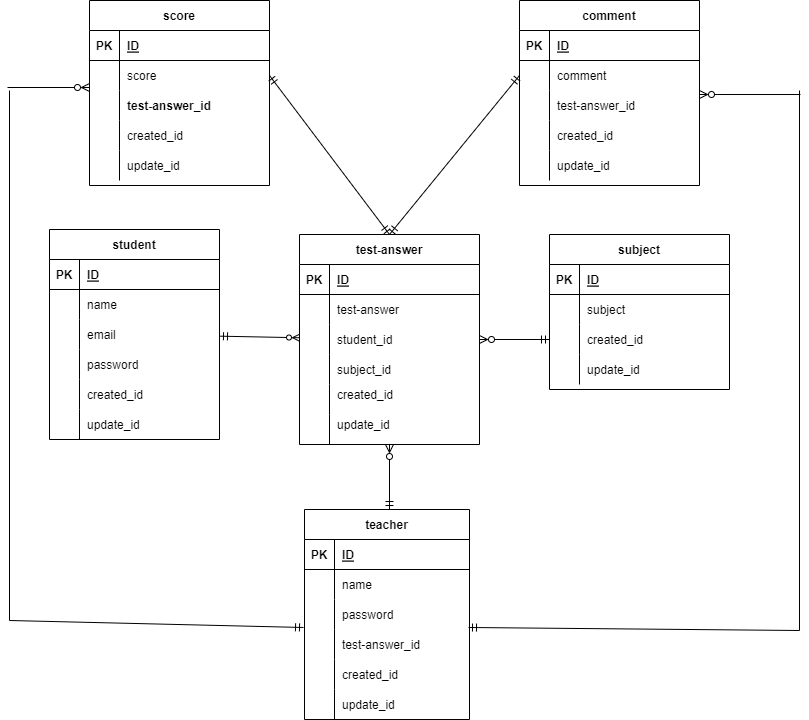
kazuyukiluck/20221204kadai keeps this draw.io diagram as 20221204_オダ.drawio.png. Above is the earlier version. Source tidied: cells renumbered, new cells last; positions are measured from the earlier drawing's top-left corner, leaving out a move shared by most shapes.
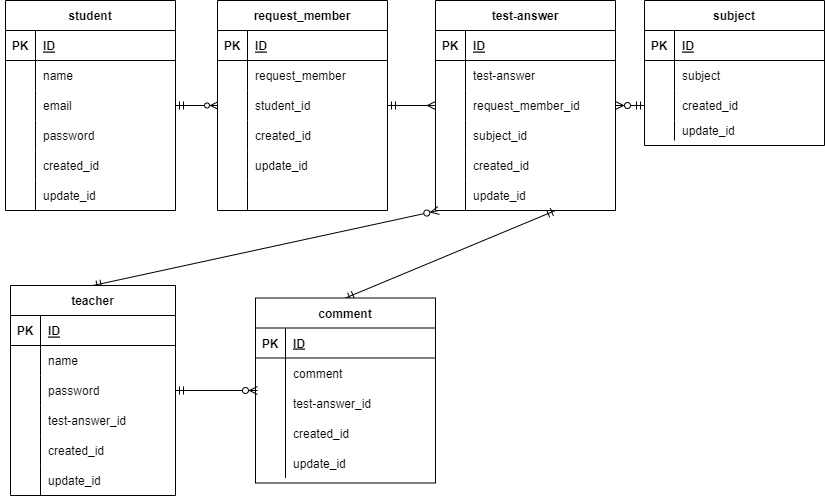
Above is the later version.

Diff of the diagram source:
```diff
@@ -2,11 +2,11 @@
   <root>
     <mxCell id="0" />
     <mxCell id="1" parent="0" />
-    <mxCell id="2" style="html=1;startArrow=ERmandOne;startFill=0;endArrow=ERzeroToMany;endFill=0;endSize=5;" parent="1" edge="1" source="3" target="24">
+    <mxCell id="2" style="html=1;startArrow=ERmandOne;startFill=0;endArrow=ERzeroToMany;endFill=0;endSize=5;entryX=0;entryY=0.5;entryDx=0;entryDy=0;" parent="1" edge="1" source="3" target="127">
       <mxGeometry relative="1" as="geometry" />
     </mxCell>
     <mxCell id="3" value="student" style="shape=table;startSize=30;rowLines=0;fontStyle=1;align=center;" parent="1" vertex="1">
-      <mxGeometry x="42" y="229" width="170" height="210" as="geometry" />
+      <mxGeometry x="-10" y="210" width="170" height="210" as="geometry" />
     </mxCell>
     <mxCell id="4" style="shape=partialRectangle;fillColor=none;top=0;left=0;bottom=1;right=0;" parent="3" vertex="1">
       <mxGeometry y="30" width="170" height="30" as="geometry" />
@@ -62,14 +62,8 @@
     <mxCell id="21" style="shape=partialRectangle;fillColor=none;top=0;left=0;bottom=0;right=0;align=left;spacingLeft=6;overflow=hidden;" parent="19" vertex="1">
       <mxGeometry x="30" width="140" height="30" as="geometry" />
     </mxCell>
-    <mxCell id="22" style="edgeStyle=none;html=1;startArrow=ERmandOne;startFill=0;endArrow=ERmandOne;endFill=0;endSize=6;strokeWidth=1;entryX=1;entryY=0.5;entryDx=0;entryDy=0;exitX=0.5;exitY=0;exitDx=0;exitDy=0;" parent="1" edge="1" source="24" target="101">
-      <mxGeometry relative="1" as="geometry" />
-    </mxCell>
-    <mxCell id="23" style="edgeStyle=none;html=1;entryX=0;entryY=0.5;entryDx=0;entryDy=0;startArrow=ERmandOne;startFill=0;endArrow=ERmandOne;endFill=0;endSize=6;strokeWidth=1;exitX=0.5;exitY=0;exitDx=0;exitDy=0;" parent="1" edge="1" source="24" target="85">
-      <mxGeometry relative="1" as="geometry" />
-    </mxCell>
     <mxCell id="24" value="test-answer" style="shape=table;startSize=30;rowLines=0;fontStyle=1;align=center;labelBorderColor=none;" parent="1" vertex="1">
-      <mxGeometry x="292" y="234" width="180" height="210" as="geometry" />
+      <mxGeometry x="420" y="210" width="180" height="210" as="geometry" />
     </mxCell>
     <mxCell id="25" style="shape=partialRectangle;fillColor=none;top=0;left=0;bottom=1;right=0;" parent="24" vertex="1">
       <mxGeometry y="30" width="180" height="30" as="geometry" />
@@ -95,7 +89,7 @@
     <mxCell id="32" style="shape=partialRectangle;fillColor=none;top=0;left=0;bottom=0;right=0;overflow=hidden;" parent="31" vertex="1">
       <mxGeometry width="30" height="30" as="geometry" />
     </mxCell>
-    <mxCell id="33" value="student_id" style="shape=partialRectangle;fillColor=none;top=0;left=0;bottom=0;right=0;align=left;spacingLeft=6;overflow=hidden;" parent="31" vertex="1">
+    <mxCell id="33" value="request_member_id" style="shape=partialRectangle;fillColor=none;top=0;left=0;bottom=0;right=0;align=left;spacingLeft=6;overflow=hidden;" parent="31" vertex="1">
       <mxGeometry x="30" width="150" height="30" as="geometry" />
     </mxCell>
     <mxCell id="34" style="shape=partialRectangle;fillColor=none;top=0;left=0;bottom=0;right=0;" parent="24" vertex="1">
@@ -126,7 +120,7 @@
       <mxGeometry x="30" width="150" height="30" as="geometry" />
     </mxCell>
     <mxCell id="43" value="subject" style="shape=table;startSize=30;rowLines=0;fontStyle=1;align=center;" parent="1" vertex="1">
-      <mxGeometry x="542" y="234" width="180" height="155" as="geometry" />
+      <mxGeometry x="629" y="210" width="180" height="145" as="geometry" />
     </mxCell>
     <mxCell id="44" style="shape=partialRectangle;fillColor=none;top=0;left=0;bottom=1;right=0;" parent="43" vertex="1">
       <mxGeometry y="30" width="180" height="30" as="geometry" />
@@ -156,36 +150,34 @@
       <mxGeometry x="30" width="150" height="30" as="geometry" />
     </mxCell>
     <mxCell id="53" style="shape=partialRectangle;fillColor=none;top=0;left=0;bottom=0;right=0;" parent="43" vertex="1">
-      <mxGeometry y="120" width="180" height="30" as="geometry" />
+      <mxGeometry y="120" width="180" height="20" as="geometry" />
     </mxCell>
     <mxCell id="54" style="shape=partialRectangle;fillColor=none;top=0;left=0;bottom=0;right=0;overflow=hidden;" parent="53" vertex="1">
-      <mxGeometry width="30" height="30" as="geometry" />
+      <mxGeometry width="30" height="20" as="geometry" />
     </mxCell>
     <mxCell id="55" value="update_id" style="shape=partialRectangle;fillColor=none;top=0;left=0;bottom=0;right=0;align=left;spacingLeft=6;overflow=hidden;" parent="53" vertex="1">
-      <mxGeometry x="30" width="150" height="30" as="geometry" />
+      <mxGeometry x="30" width="150" height="20" as="geometry" />
     </mxCell>
     <mxCell id="56" style="edgeStyle=none;html=1;startArrow=ERmandOne;startFill=0;endArrow=ERzeroToMany;endFill=0;endSize=6;strokeWidth=1;entryX=1;entryY=0.5;entryDx=0;entryDy=0;" parent="1" edge="1" source="50" target="31">
       <mxGeometry relative="1" as="geometry" />
     </mxCell>
     <mxCell id="57" value="created_id" style="shape=partialRectangle;fillColor=none;top=0;left=0;bottom=0;right=0;align=left;spacingLeft=6;overflow=hidden;" parent="1" vertex="1">
-      <mxGeometry x="72" y="379" width="150" height="30" as="geometry" />
+      <mxGeometry x="20" y="360" width="150" height="30" as="geometry" />
     </mxCell>
     <mxCell id="58" value="update_id" style="shape=partialRectangle;fillColor=none;top=0;left=0;bottom=0;right=0;align=left;spacingLeft=6;overflow=hidden;" parent="1" vertex="1">
-      <mxGeometry x="72" y="409" width="150" height="30" as="geometry" />
+      <mxGeometry x="20" y="390" width="150" height="30" as="geometry" />
     </mxCell>
     <mxCell id="59" value="created_id" style="shape=partialRectangle;fillColor=none;top=0;left=0;bottom=0;right=0;align=left;spacingLeft=6;overflow=hidden;" parent="1" vertex="1">
-      <mxGeometry x="322" y="379" width="150" height="30" as="geometry" />
+      <mxGeometry x="450" y="360" width="150" height="30" as="geometry" />
     </mxCell>
     <mxCell id="60" value="update_id" style="shape=partialRectangle;fillColor=none;top=0;left=0;bottom=0;right=0;align=left;spacingLeft=6;overflow=hidden;" parent="1" vertex="1">
-      <mxGeometry x="322" y="409" width="150" height="30" as="geometry" />
+      <mxGeometry x="450" y="390" width="150" height="30" as="geometry" />
     </mxCell>
-    <mxCell id="61" style="edgeStyle=none;html=1;entryX=0.5;entryY=1;entryDx=0;entryDy=0;startArrow=ERmandOne;startFill=0;endArrow=ERzeroToMany;endFill=0;endSize=6;strokeWidth=1;" parent="1" edge="1" target="24">
-      <mxGeometry relative="1" as="geometry">
-        <mxPoint x="382" y="509" as="sourcePoint" />
-      </mxGeometry>
+    <mxCell id="61" style="edgeStyle=none;html=1;entryX=0.017;entryY=1;entryDx=0;entryDy=0;startArrow=ERmandOne;startFill=0;endArrow=ERzeroToMany;endFill=0;endSize=6;strokeWidth=1;exitX=0.5;exitY=0;exitDx=0;exitDy=0;entryPerimeter=0;" parent="1" edge="1" source="62" target="40">
+      <mxGeometry relative="1" as="geometry" />
     </mxCell>
     <mxCell id="62" value="teacher" style="shape=table;startSize=30;rowLines=0;fontStyle=1;align=center;" parent="1" vertex="1">
-      <mxGeometry x="297" y="509" width="165" height="210" as="geometry" />
+      <mxGeometry x="-5" y="495" width="165" height="210" as="geometry" />
     </mxCell>
     <mxCell id="63" style="shape=partialRectangle;fillColor=none;top=0;left=0;bottom=1;right=0;" parent="62" vertex="1">
       <mxGeometry y="30" width="165" height="30" as="geometry" />
@@ -241,8 +233,13 @@
     <mxCell id="80" value="update_id" style="shape=partialRectangle;fillColor=none;top=0;left=0;bottom=0;right=0;align=left;spacingLeft=6;overflow=hidden;" parent="78" vertex="1">
       <mxGeometry x="30" width="135" height="30" as="geometry" />
     </mxCell>
+    <mxCell id="119" style="edgeStyle=none;html=1;endArrow=ERmandOne;endFill=0;startArrow=ERmandOne;startFill=0;exitX=0.5;exitY=0;exitDx=0;exitDy=0;" parent="1" edge="1" source="81">
+      <mxGeometry relative="1" as="geometry">
+        <mxPoint x="540" y="420" as="targetPoint" />
+      </mxGeometry>
+    </mxCell>
     <mxCell id="81" value="comment" style="shape=table;startSize=30;rowLines=0;fontStyle=1;align=center;" parent="1" vertex="1">
-      <mxGeometry x="512" width="180" height="185" as="geometry" />
+      <mxGeometry x="240" y="507.5" width="180" height="185" as="geometry" />
     </mxCell>
     <mxCell id="82" style="shape=partialRectangle;fillColor=none;top=0;left=0;bottom=1;right=0;" parent="81" vertex="1">
       <mxGeometry y="30" width="180" height="30" as="geometry" />
@@ -289,87 +286,68 @@
     <mxCell id="96" value="update_id" style="shape=partialRectangle;fillColor=none;top=0;left=0;bottom=0;right=0;align=left;spacingLeft=6;overflow=hidden;" parent="94" vertex="1">
       <mxGeometry x="30" width="150" height="30" as="geometry" />
     </mxCell>
-    <mxCell id="97" value="score" style="shape=table;startSize=30;rowLines=0;fontStyle=1;align=center;" parent="1" vertex="1">
-      <mxGeometry x="82" width="180" height="185" as="geometry" />
-    </mxCell>
-    <mxCell id="98" style="shape=partialRectangle;fillColor=none;top=0;left=0;bottom=1;right=0;" parent="97" vertex="1">
-      <mxGeometry y="30" width="180" height="30" as="geometry" />
-    </mxCell>
+    <mxCell id="120" style="edgeStyle=none;html=1;entryX=0.011;entryY=0.083;entryDx=0;entryDy=0;entryPerimeter=0;startArrow=ERmandOne;startFill=0;endArrow=ERzeroToMany;endFill=0;" parent="1" edge="1" source="69" target="88">
+      <mxGeometry relative="1" as="geometry" />
+    </mxCell>
+    <mxCell id="121" style="edgeStyle=none;html=1;entryX=0;entryY=0.5;entryDx=0;entryDy=0;startArrow=ERmandOne;startFill=0;endArrow=ERmany;endFill=0;" parent="1" edge="1" source="122" target="31">
+      <mxGeometry relative="1" as="geometry" />
+    </mxCell>
+    <mxCell id="122" value="request_member" style="shape=table;startSize=30;rowLines=0;fontStyle=1;align=center;" parent="1" vertex="1">
+      <mxGeometry x="202" y="210" width="170" height="210" as="geometry" />
+    </mxCell>
+    <mxCell id="123" style="shape=partialRectangle;fillColor=none;top=0;left=0;bottom=1;right=0;" parent="122" vertex="1">
+      <mxGeometry y="30" width="170" height="30" as="geometry" />
+    </mxCell>
-    <mxCell id="99" value="PK" style="shape=partialRectangle;fillColor=none;top=0;left=0;bottom=0;right=0;fontStyle=1;overflow=hidden;" parent="98" vertex="1">
+    <mxCell id="99" value="PK" style="shape=partialRectangle;fillColor=none;top=0;left=0;bottom=0;right=0;fontStyle=1;overflow=hidden;" parent="123" vertex="1">
       <mxGeometry width="30" height="30" as="geometry" />
     </mxCell>
-    <mxCell id="100" value="ID" style="shape=partialRectangle;fillColor=none;top=0;left=0;bottom=0;right=0;align=left;spacingLeft=6;fontStyle=5;overflow=hidden;" parent="98" vertex="1">
-      <mxGeometry x="30" width="150" height="30" as="geometry" />
+    <mxCell id="100" value="ID" style="shape=partialRectangle;fillColor=none;top=0;left=0;bottom=0;right=0;align=left;spacingLeft=6;fontStyle=5;overflow=hidden;" parent="123" vertex="1">
+      <mxGeometry x="30" width="140" height="30" as="geometry" />
     </mxCell>
-    <mxCell id="101" style="shape=partialRectangle;fillColor=none;top=0;left=0;bottom=0;right=0;points=[[0,0.5],[1,0.5]];portConstraint=eastwest;" parent="97" vertex="1">
-      <mxGeometry y="60" width="180" height="30" as="geometry" />
-    </mxCell>
-    <mxCell id="102" style="shape=partialRectangle;fillColor=none;top=0;left=0;bottom=0;right=0;overflow=hidden;" parent="101" vertex="1">
-      <mxGeometry width="30" height="30" as="geometry" />
-    </mxCell>
-    <mxCell id="103" value="score" style="shape=partialRectangle;fillColor=none;top=0;left=0;bottom=0;right=0;align=left;spacingLeft=6;overflow=hidden;" parent="101" vertex="1">
-      <mxGeometry x="30" width="150" height="30" as="geometry" />
-    </mxCell>
-    <mxCell id="104" style="shape=partialRectangle;fillColor=none;top=0;left=0;bottom=0;right=0;" parent="97" vertex="1">
-      <mxGeometry y="90" width="180" height="30" as="geometry" />
-    </mxCell>
-    <mxCell id="105" value="&#10;&#10;&lt;span style=&quot;color: rgb(240, 240, 240); font-family: helvetica; font-size: 12px; font-style: normal; font-weight: 400; letter-spacing: normal; text-align: left; text-indent: 0px; text-transform: none; word-spacing: 0px; background-color: rgb(42, 42, 42); display: inline; float: none;&quot;&gt;test-answer_id&lt;/span&gt;&#10;&#10;" style="shape=partialRectangle;fillColor=none;top=0;left=0;bottom=0;right=0;overflow=hidden;" parent="104" vertex="1">
-      <mxGeometry width="30" height="30" as="geometry" />
-    </mxCell>
-    <mxCell id="106" value="test-answer_id" style="shape=partialRectangle;fillColor=none;top=0;left=0;bottom=0;right=0;align=left;spacingLeft=6;overflow=hidden;fontStyle=1;" parent="104" vertex="1">
-      <mxGeometry x="30" width="150" height="30" as="geometry" />
-    </mxCell>
-    <mxCell id="107" style="shape=partialRectangle;fillColor=none;top=0;left=0;bottom=0;right=0;" parent="97" vertex="1">
-      <mxGeometry y="120" width="180" height="30" as="geometry" />
-    </mxCell>
-    <mxCell id="108" style="shape=partialRectangle;fillColor=none;top=0;left=0;bottom=0;right=0;overflow=hidden;" parent="107" vertex="1">
-      <mxGeometry width="30" height="30" as="geometry" />
-    </mxCell>
+    <mxCell id="124" style="shape=partialRectangle;fillColor=none;top=0;left=0;bottom=0;right=0;" parent="122" vertex="1">
+      <mxGeometry y="60" width="170" height="30" as="geometry" />
+    </mxCell>
+    <mxCell id="125" style="shape=partialRectangle;fillColor=none;top=0;left=0;bottom=0;right=0;overflow=hidden;" parent="124" vertex="1">
+      <mxGeometry width="30" height="30" as="geometry" />
+    </mxCell>
+    <mxCell id="126" value="request_member" style="shape=partialRectangle;fillColor=none;top=0;left=0;bottom=0;right=0;align=left;spacingLeft=6;overflow=hidden;" parent="124" vertex="1">
+      <mxGeometry x="30" width="140" height="30" as="geometry" />
+    </mxCell>
+    <mxCell id="127" style="shape=partialRectangle;fillColor=none;top=0;left=0;bottom=0;right=0;points=[[0,0.5],[1,0.5]];portConstraint=eastwest;" parent="122" vertex="1">
+      <mxGeometry y="90" width="170" height="30" as="geometry" />
+    </mxCell>
+    <mxCell id="128" style="shape=partialRectangle;fillColor=none;top=0;left=0;bottom=0;right=0;overflow=hidden;strokeWidth=10;" parent="127" vertex="1">
+      <mxGeometry width="30" height="30" as="geometry" />
+    </mxCell>
+    <mxCell id="129" value="student_id" style="shape=partialRectangle;fillColor=none;top=0;left=0;bottom=0;right=0;align=left;spacingLeft=6;overflow=hidden;" parent="127" vertex="1">
+      <mxGeometry x="30" width="140" height="30" as="geometry" />
+    </mxCell>
+    <mxCell id="130" style="shape=partialRectangle;fillColor=none;top=0;left=0;bottom=0;right=0;" parent="122" vertex="1">
+      <mxGeometry y="120" width="170" height="30" as="geometry" />
+    </mxCell>
+    <mxCell id="131" style="shape=partialRectangle;fillColor=none;top=0;left=0;bottom=0;right=0;overflow=hidden;" parent="130" vertex="1">
+      <mxGeometry width="30" height="30" as="geometry" />
+    </mxCell>
-    <mxCell id="109" value="created_id" style="shape=partialRectangle;fillColor=none;top=0;left=0;bottom=0;right=0;align=left;spacingLeft=6;overflow=hidden;" parent="107" vertex="1">
-      <mxGeometry x="30" width="150" height="30" as="geometry" />
+    <mxCell id="109" value="created_id" style="shape=partialRectangle;fillColor=none;top=0;left=0;bottom=0;right=0;align=left;spacingLeft=6;overflow=hidden;" parent="130" vertex="1">
+      <mxGeometry x="30" width="140" height="30" as="geometry" />
     </mxCell>
-    <mxCell id="110" style="shape=partialRectangle;fillColor=none;top=0;left=0;bottom=0;right=0;" parent="97" vertex="1">
-      <mxGeometry y="150" width="180" height="30" as="geometry" />
-    </mxCell>
-    <mxCell id="111" style="shape=partialRectangle;fillColor=none;top=0;left=0;bottom=0;right=0;overflow=hidden;" parent="110" vertex="1">
-      <mxGeometry width="30" height="30" as="geometry" />
-    </mxCell>
+    <mxCell id="132" style="shape=partialRectangle;fillColor=none;top=0;left=0;bottom=0;right=0;" parent="122" vertex="1">
+      <mxGeometry y="150" width="170" height="30" as="geometry" />
+    </mxCell>
+    <mxCell id="133" style="shape=partialRectangle;fillColor=none;top=0;left=0;bottom=0;right=0;overflow=hidden;" parent="132" vertex="1">
+      <mxGeometry width="30" height="30" as="geometry" />
+    </mxCell>
-    <mxCell id="112" value="update_id" style="shape=partialRectangle;fillColor=none;top=0;left=0;bottom=0;right=0;align=left;spacingLeft=6;overflow=hidden;" parent="110" vertex="1">
-      <mxGeometry x="30" width="150" height="30" as="geometry" />
+    <mxCell id="112" value="update_id" style="shape=partialRectangle;fillColor=none;top=0;left=0;bottom=0;right=0;align=left;spacingLeft=6;overflow=hidden;" parent="132" vertex="1">
+      <mxGeometry x="30" width="140" height="30" as="geometry" />
     </mxCell>
-    <mxCell id="113" style="endArrow=none;html=1;rounded=0;endSize=6;strokeWidth=1;" parent="1" edge="1">
-      <mxGeometry relative="1" as="geometry">
-        <mxPoint x="2" y="90" as="sourcePoint" />
-        <mxPoint x="2" y="620" as="targetPoint" />
-      </mxGeometry>
-    </mxCell>
-    <mxCell id="114" style="endArrow=none;html=1;rounded=0;endSize=6;strokeWidth=1;exitX=-0.006;exitY=-0.067;exitDx=0;exitDy=0;exitPerimeter=0;endFill=0;startArrow=ERmandOne;startFill=0;" parent="1" edge="1" source="72">
-      <mxGeometry relative="1" as="geometry">
-        <mxPoint x="2" y="620" as="targetPoint" />
-      </mxGeometry>
-    </mxCell>
-    <mxCell id="115" style="endArrow=none;html=1;rounded=0;endSize=6;strokeWidth=1;exitX=0.994;exitY=-0.067;exitDx=0;exitDy=0;exitPerimeter=0;endFill=0;startArrow=ERmandOne;startFill=0;" parent="1" edge="1" source="72">
-      <mxGeometry relative="1" as="geometry">
-        <mxPoint x="792" y="630" as="targetPoint" />
-      </mxGeometry>
-    </mxCell>
-    <mxCell id="116" style="endArrow=none;html=1;rounded=0;endSize=6;strokeWidth=1;" parent="1" edge="1">
-      <mxGeometry relative="1" as="geometry">
-        <mxPoint x="792" y="90" as="sourcePoint" />
-        <mxPoint x="792" y="630" as="targetPoint" />
-      </mxGeometry>
-    </mxCell>
-    <mxCell id="117" style="endArrow=none;html=1;rounded=0;endSize=6;strokeWidth=1;endFill=0;startArrow=ERzeroToMany;startFill=0;" parent="1" edge="1">
-      <mxGeometry relative="1" as="geometry">
-        <mxPoint x="82" y="87" as="sourcePoint" />
-        <mxPoint y="87" as="targetPoint" />
-      </mxGeometry>
-    </mxCell>
-    <mxCell id="118" style="endArrow=none;html=1;rounded=0;endSize=6;strokeWidth=1;endFill=0;startArrow=ERzeroToMany;startFill=0;" parent="1" edge="1">
-      <mxGeometry relative="1" as="geometry">
-        <mxPoint x="692" y="94" as="sourcePoint" />
-        <mxPoint x="793" y="94" as="targetPoint" />
-      </mxGeometry>
-    </mxCell>
+    <mxCell id="134" style="shape=partialRectangle;fillColor=none;top=0;left=0;bottom=0;right=0;" parent="122" vertex="1">
+      <mxGeometry y="180" width="170" height="30" as="geometry" />
+    </mxCell>
+    <mxCell id="135" style="shape=partialRectangle;fillColor=none;top=0;left=0;bottom=0;right=0;overflow=hidden;" parent="134" vertex="1">
+      <mxGeometry width="30" height="30" as="geometry" />
+    </mxCell>
+    <mxCell id="136" style="shape=partialRectangle;fillColor=none;top=0;left=0;bottom=0;right=0;align=left;spacingLeft=6;overflow=hidden;" parent="134" vertex="1">
+      <mxGeometry x="30" width="140" height="30" as="geometry" />
+    </mxCell>
   </root>
 </mxGraphModel>
```
